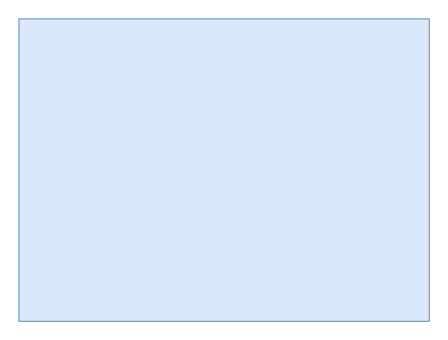
Earlier version of the draw.io diagram k8s cluster setup.drawio (firelinks-alex/firelinks-alex.github.io). Source tidied: cells renumbered, new cells numbered last; positions are measured from the earlier drawing's top-left corner, leaving out a move shared by most shapes. Both pictures are drawn from the tidied source at 108%, with x=0, y=0 at pixel (18, 18).
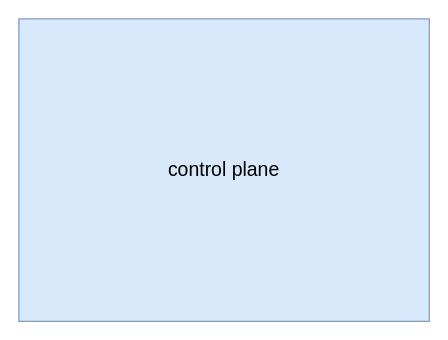
After the change.

Diff of the diagram source:
```diff
@@
 <mxGraphModel>
   <root>
     <mxCell id="0" />
     <mxCell id="1" parent="0" />
-    <mxCell id="2" style="rounded=0;whiteSpace=wrap;html=1;fillColor=#dae8fc;strokeColor=#6c8ebf;" parent="1" vertex="1">
+    <mxCell id="2" value="&lt;font style=&quot;font-size: 18px;&quot;&gt;control plane&lt;/font&gt;" style="rounded=0;whiteSpace=wrap;html=1;fillColor=#dae8fc;strokeColor=#6c8ebf;" parent="1" vertex="1">
       <mxGeometry width="380" height="280" as="geometry" />
     </mxCell>
   </root>
 </mxGraphModel>
```
